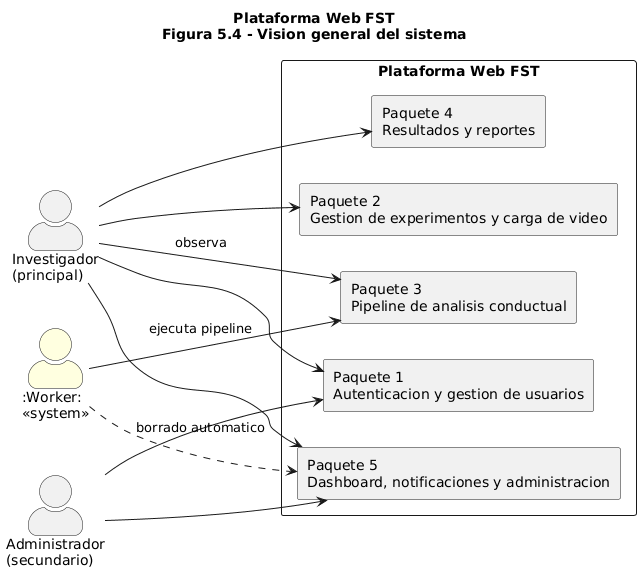
This is figures/mermaid/cu_vision_general.png from ErickJester/fst-ai-system-latex, a PlantUML export, as it was before one commit. Source of this version:
```plantuml
@startuml "Vision-General"
title Plataforma Web FST\nFigura 5.4 - Vision general del sistema
left to right direction
skinparam packageStyle rectangle
skinparam actorStyle awesome
skinparam usecase {
  BackgroundColor White
  BorderColor DarkSlateGray
}
actor "Investigador\n(principal)" as INV
actor "Administrador\n(secundario)" as ADMIN
actor ":Worker:\n<<system>>" as WRK #LightYellow
rectangle "Plataforma Web FST" {
  rectangle "Paquete 1\nAutenticacion y gestion de usuarios" as P1
  rectangle "Paquete 2\nGestion de experimentos y carga de video" as P2
  rectangle "Paquete 3\nPipeline de analisis conductual" as P3
  rectangle "Paquete 4\nResultados y reportes" as P4
  rectangle "Paquete 5\nDashboard, notificaciones y administracion" as P5
}
INV  --> P1
INV  --> P2
INV  --> P3 : observa
INV  --> P4
INV  --> P5
ADMIN --> P1
ADMIN --> P5
WRK  --> P3 : ejecuta pipeline
WRK  ..> P5 : borrado automatico
@enduml
```
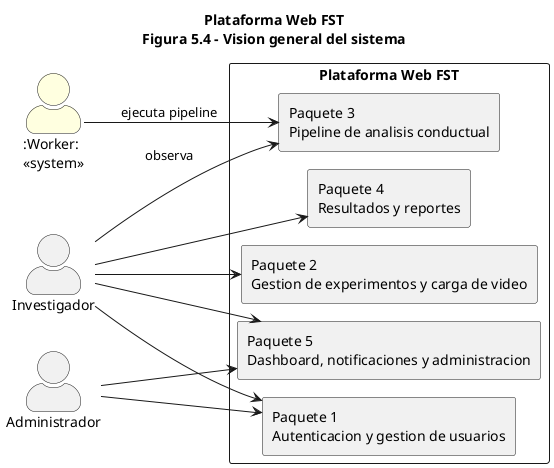
Later version of the same file.

What changed in the source:
```diff
@@ -1,4 +1,5 @@
-@startuml "Vision-General"
+@startuml
+!pragma layout smetana
 title Plataforma Web FST\nFigura 5.4 - Vision general del sistema
 left to right direction
 skinparam packageStyle rectangle
@@ -7,8 +8,8 @@
   BackgroundColor White
   BorderColor DarkSlateGray
 }
-actor "Investigador\n(principal)" as INV
-actor "Administrador\n(secundario)" as ADMIN
+actor "Investigador" as INV
+actor "Administrador" as ADMIN
 actor ":Worker:\n<<system>>" as WRK #LightYellow
 rectangle "Plataforma Web FST" {
   rectangle "Paquete 1\nAutenticacion y gestion de usuarios" as P1
@@ -17,13 +18,12 @@
   rectangle "Paquete 4\nResultados y reportes" as P4
   rectangle "Paquete 5\nDashboard, notificaciones y administracion" as P5
 }
-INV  --> P1
-INV  --> P2
-INV  --> P3 : observa
-INV  --> P4
-INV  --> P5
+INV --> P1
+INV --> P2
+INV --> P3 : observa
+INV --> P4
+INV --> P5
 ADMIN --> P1
 ADMIN --> P5
-WRK  --> P3 : ejecuta pipeline
-WRK  ..> P5 : borrado automatico
+WRK --> P3 : ejecuta pipeline
 @enduml
```
